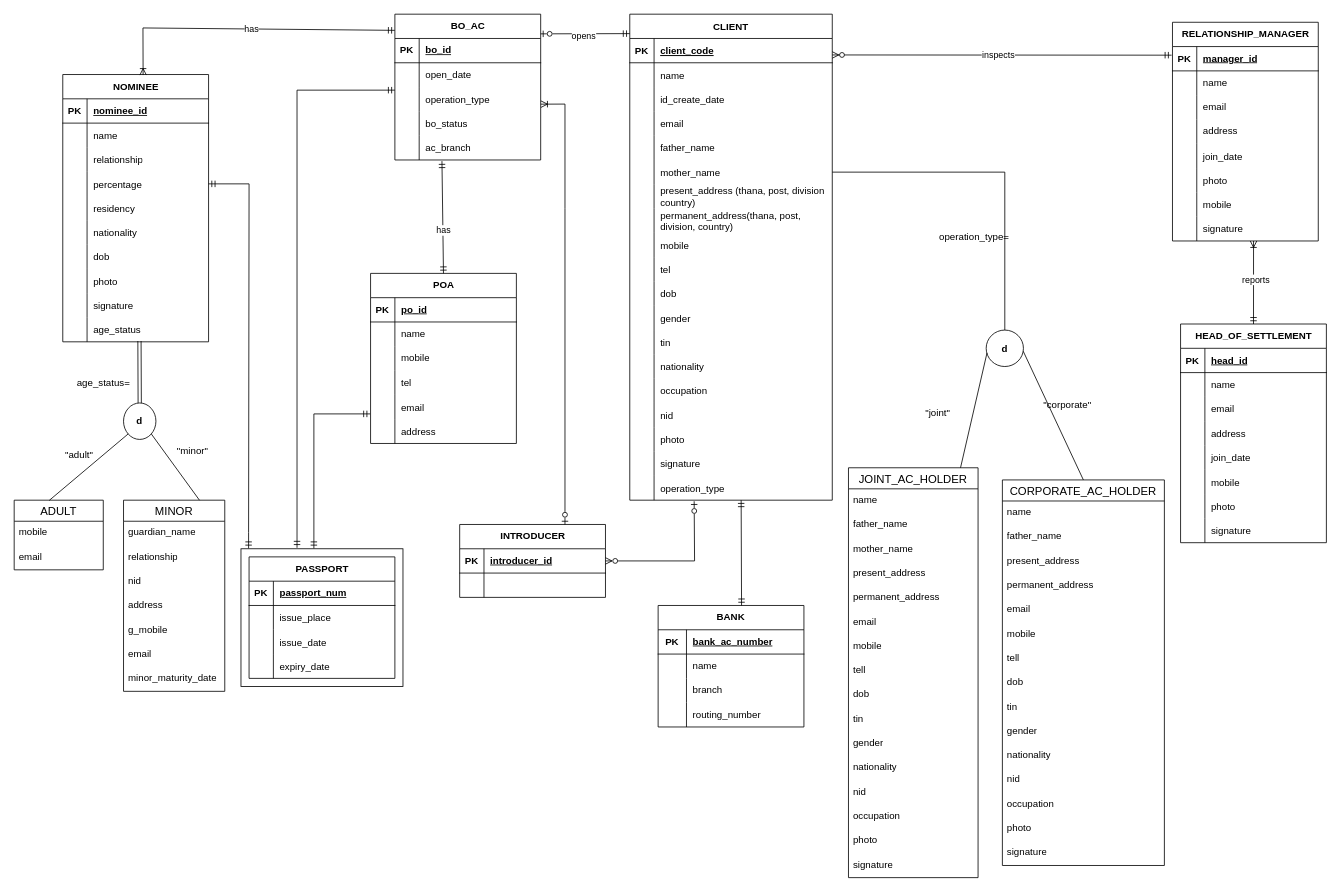
MohaiminAlif/LankabanglaUniProject keeps this draw.io diagram as report/ERD.drawio. Above is the earlier version. Source tidied: cells renumbered, new cells numbered last; positions are measured from the earlier drawing's top-left corner, leaving out a move shared by most shapes. Both pictures are drawn from the tidied source at 81%, with x=0, y=0 at pixel (14, 14).
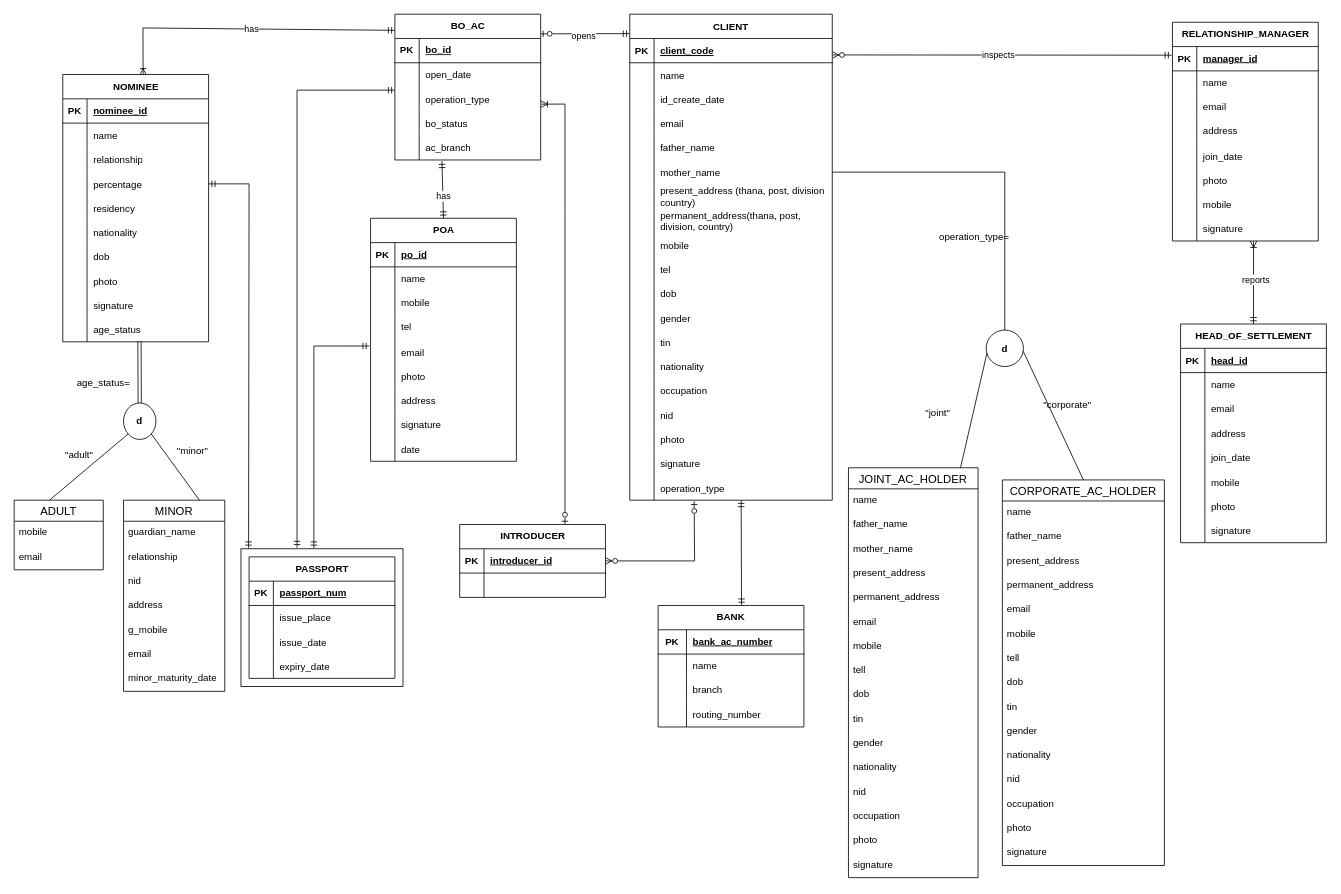
The same page after the edit.

Unchanged cells that the change refers to:
```xml
<mxCell id="213" style="shape=tableRow;horizontal=0;startSize=0;swimlaneHead=0;swimlaneBody=0;fillColor=none;points=[[0,0.5],[1,0.5]];portConstraint=eastwest;top=0;left=0;right=0;bottom=0;" parent="200" vertex="1">
  <mxGeometry y="150" width="180" height="30" as="geometry" />
</mxCell>
<mxCell id="280" style="rounded=0;whiteSpace=wrap;html=1;fillColor=none;" parent="1" vertex="1">
  <mxGeometry x="280" y="660" width="200" height="170" as="geometry" />
</mxCell>
```

Diff of the diagram source:
```diff
@@
     <mxCell id="200" value="POA" style="shape=table;startSize=30;childLayout=tableLayout;rowLines=0;fontStyle=1;align=center;html=1;" parent="1" vertex="1">
-      <mxGeometry x="440" y="320" width="180" height="210" as="geometry" />
+      <mxGeometry x="440" y="252" width="180" height="300" as="geometry" />
     </mxCell>
@@
+    <mxCell id="284" style="shape=tableRow;horizontal=0;startSize=0;swimlaneHead=0;swimlaneBody=0;fillColor=none;top=0;left=0;right=0;bottom=0;" parent="200" vertex="1">
+      <mxGeometry y="180" width="180" height="30" as="geometry" />
+    </mxCell>
+    <mxCell id="285" style="shape=partialRectangle;fillColor=none;top=0;left=0;bottom=0;right=0;overflow=hidden;" parent="284" vertex="1">
+      <mxGeometry width="30" height="30" as="geometry" />
+    </mxCell>
+    <mxCell id="286" value="photo" style="shape=partialRectangle;fillColor=none;top=0;left=0;bottom=0;right=0;align=left;spacingLeft=6;overflow=hidden;" parent="284" vertex="1">
+      <mxGeometry x="30" width="150" height="30" as="geometry" />
+    </mxCell>
     <mxCell id="216" style="shape=tableRow;horizontal=0;startSize=0;swimlaneHead=0;swimlaneBody=0;fillColor=none;top=0;left=0;right=0;bottom=0;" parent="200" vertex="1">
-      <mxGeometry y="180" width="180" height="30" as="geometry" />
+      <mxGeometry y="210" width="180" height="30" as="geometry" />
     </mxCell>
@@
+    <mxCell id="287" style="shape=tableRow;horizontal=0;startSize=0;swimlaneHead=0;swimlaneBody=0;fillColor=none;top=0;left=0;right=0;bottom=0;" parent="200" vertex="1">
+      <mxGeometry y="240" width="180" height="30" as="geometry" />
+    </mxCell>
+    <mxCell id="288" style="shape=partialRectangle;fillColor=none;top=0;left=0;bottom=0;right=0;overflow=hidden;" parent="287" vertex="1">
+      <mxGeometry width="30" height="30" as="geometry" />
+    </mxCell>
+    <mxCell id="289" value="signature" style="shape=partialRectangle;fillColor=none;top=0;left=0;bottom=0;right=0;align=left;spacingLeft=6;overflow=hidden;" parent="287" vertex="1">
+      <mxGeometry x="30" width="150" height="30" as="geometry" />
+    </mxCell>
+    <mxCell id="290" style="shape=tableRow;horizontal=0;startSize=0;swimlaneHead=0;swimlaneBody=0;fillColor=none;top=0;left=0;right=0;bottom=0;" parent="200" vertex="1">
+      <mxGeometry y="270" width="180" height="30" as="geometry" />
+    </mxCell>
+    <mxCell id="291" style="shape=partialRectangle;fillColor=none;top=0;left=0;bottom=0;right=0;overflow=hidden;" parent="290" vertex="1">
+      <mxGeometry width="30" height="30" as="geometry" />
+    </mxCell>
+    <mxCell id="292" value="date" style="shape=partialRectangle;fillColor=none;top=0;left=0;bottom=0;right=0;align=left;spacingLeft=6;overflow=hidden;" parent="290" vertex="1">
+      <mxGeometry x="30" width="150" height="30" as="geometry" />
+    </mxCell>
@@
-    <mxCell id="236" style="fontSize=12;html=1;endArrow=ERmandOne;startArrow=ERmandOne;rounded=0;entryX=-0.003;entryY=0.783;entryDx=0;entryDy=0;entryPerimeter=0;edgeStyle=orthogonalEdgeStyle;exitX=0.45;exitY=-0.003;exitDx=0;exitDy=0;exitPerimeter=0;" parent="1" edge="1" source="280" target="213">
+    <mxCell id="236" style="fontSize=12;html=1;endArrow=ERmandOne;startArrow=ERmandOne;rounded=0;edgeStyle=orthogonalEdgeStyle;exitX=0.45;exitY=-0.003;exitDx=0;exitDy=0;exitPerimeter=0;entryX=-0.008;entryY=0.256;entryDx=0;entryDy=0;entryPerimeter=0;" parent="1" edge="1" source="280" target="213">
       <mxGeometry relative="1" as="geometry">
         <Array as="points">
-          <mxPoint x="370" y="494" />
+          <mxPoint x="370" y="410" />
         </Array>
       </mxGeometry>
     </mxCell>
```
